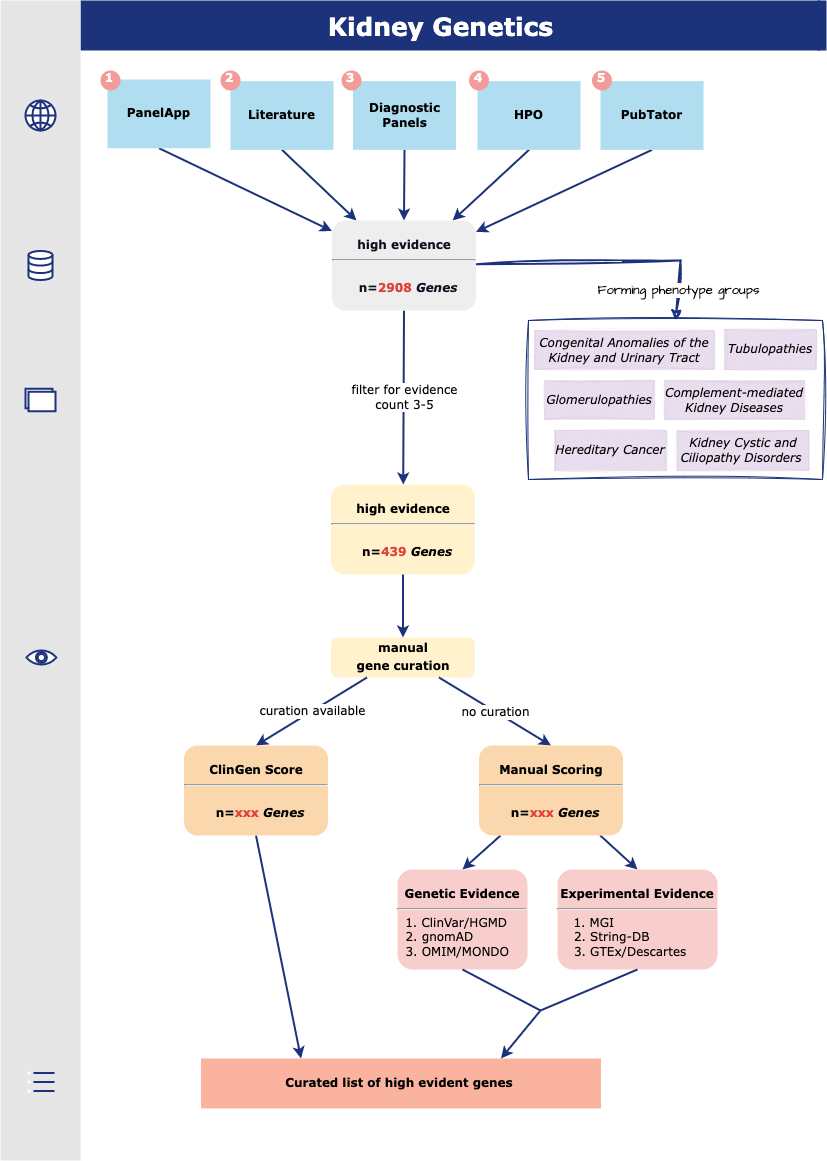
Above: edit_docs/static/img/figures/curation_flow_diagram.png in halbritter-lab/kidney-genetics (draw.io), before the change. Source tidied: cells renumbered, new cells last; positions are measured from the earlier drawing's top-left corner, leaving out a move shared by most shapes.
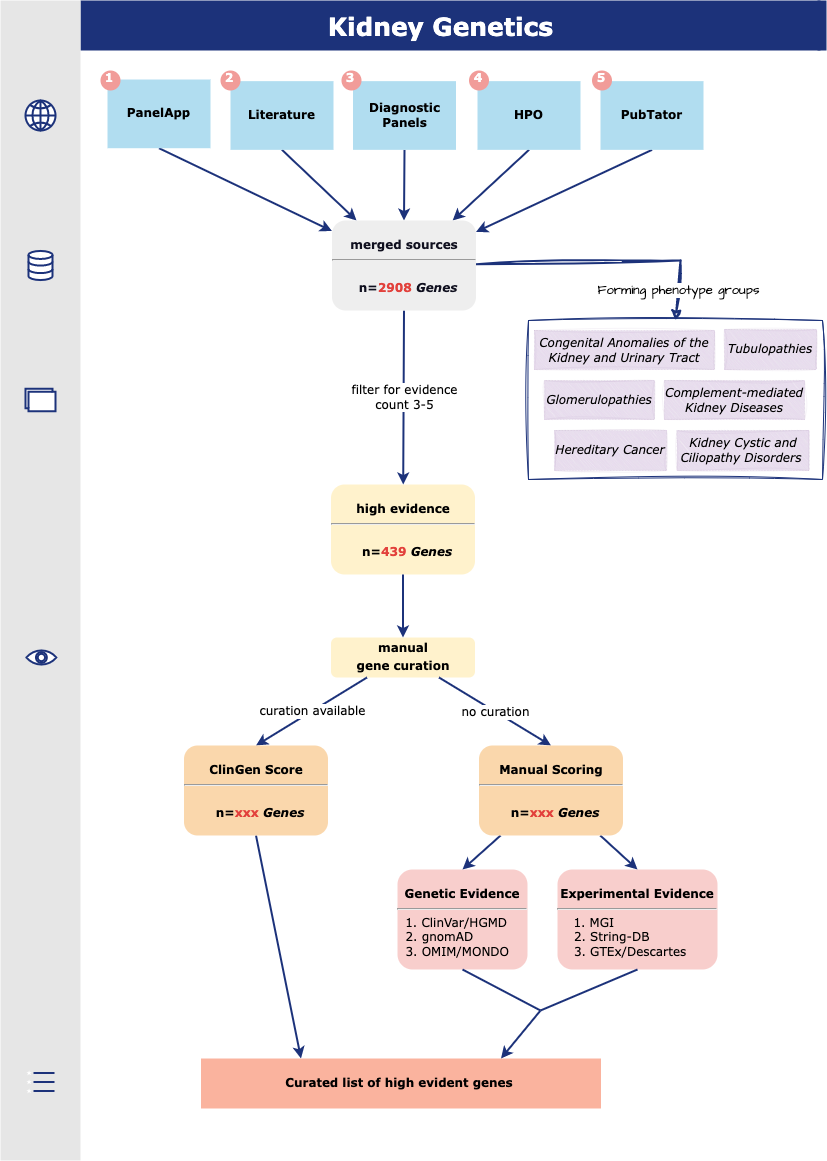
Later version of the same file.

What changed in the source:
```diff
@@ -177,7 +177,7 @@
     <mxCell id="56" value="Complement-mediated Kidney Diseases" style="whiteSpace=wrap;align=center;verticalAlign=middle;fontStyle=2;strokeWidth=0;fillColor=#e1d5e7;strokeColor=#9673a6;flipV=1;fontFamily=Verdana;opacity=80;sketch=1;curveFitting=1;jiggle=2;" parent="50" vertex="1">
       <mxGeometry x="130" y="51" width="140" height="39" as="geometry" />
     </mxCell>
-    <mxCell id="57" value="&lt;p style=&quot;margin: 4px 0px 0px; text-align: center;&quot;&gt;&lt;strong style=&quot;&quot;&gt;&lt;br&gt;&lt;font color=&quot;#10101f&quot;&gt;high evidence&lt;/font&gt;&lt;/strong&gt;&lt;/p&gt;&lt;hr&gt;&lt;p style=&quot;margin: 0px; margin-left: 8px;&quot;&gt;&lt;br&gt;&lt;font color=&quot;#10101f&quot;&gt;n=&lt;/font&gt;&lt;font color=&quot;#e2413c&quot;&gt;2908&amp;nbsp;&lt;/font&gt;&lt;i&gt;&lt;font color=&quot;#10101f&quot;&gt;Genes&lt;/font&gt;&lt;/i&gt;&lt;/p&gt;" style="verticalAlign=middle;align=center;overflow=fill;fontSize=12;fontFamily=Verdana;html=1;rounded=1;fontStyle=1;strokeWidth=3;fillColor=#eeeeee;strokeColor=none;" parent="1" vertex="1">
+    <mxCell id="57" value="&lt;p style=&quot;margin: 4px 0px 0px; text-align: center;&quot;&gt;&lt;strong style=&quot;&quot;&gt;&lt;br&gt;&lt;font color=&quot;#10101f&quot;&gt;merged sources&lt;/font&gt;&lt;/strong&gt;&lt;/p&gt;&lt;hr&gt;&lt;p style=&quot;margin: 0px; margin-left: 8px;&quot;&gt;&lt;br&gt;&lt;font color=&quot;#10101f&quot;&gt;n=&lt;/font&gt;&lt;font color=&quot;#e2413c&quot;&gt;2908&amp;nbsp;&lt;/font&gt;&lt;i&gt;&lt;font color=&quot;#10101f&quot;&gt;Genes&lt;/font&gt;&lt;/i&gt;&lt;/p&gt;" style="verticalAlign=middle;align=center;overflow=fill;fontSize=12;fontFamily=Verdana;html=1;rounded=1;fontStyle=1;strokeWidth=3;fillColor=#eeeeee;strokeColor=none;" parent="1" vertex="1">
       <mxGeometry x="331.5" y="220" width="144" height="90" as="geometry" />
     </mxCell>
   </root>
```
